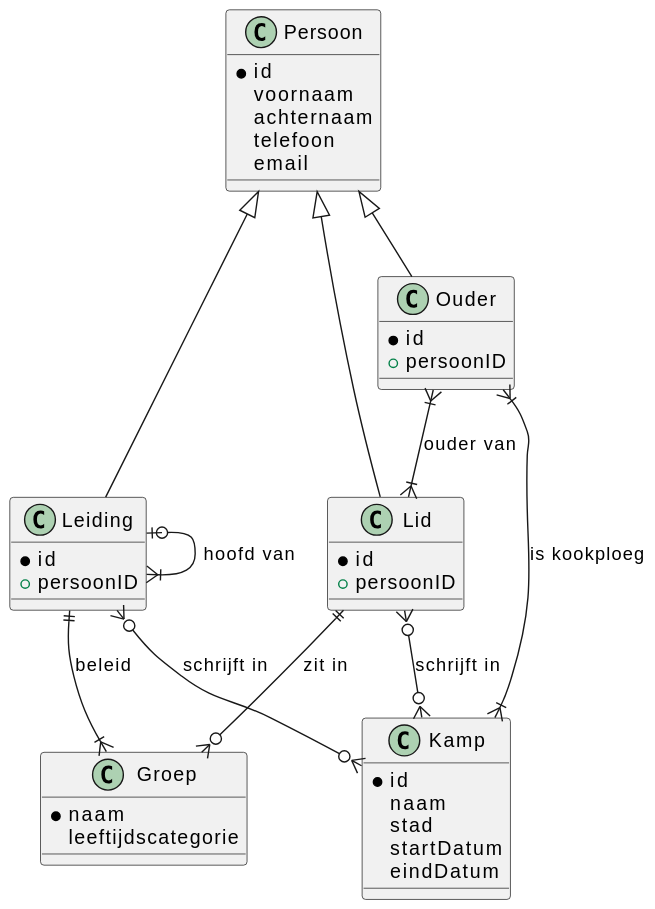
Before: images/response.svg, a diagram exported from PlantUML (matteovdr/frontendweb-2526-mateo-kobe).
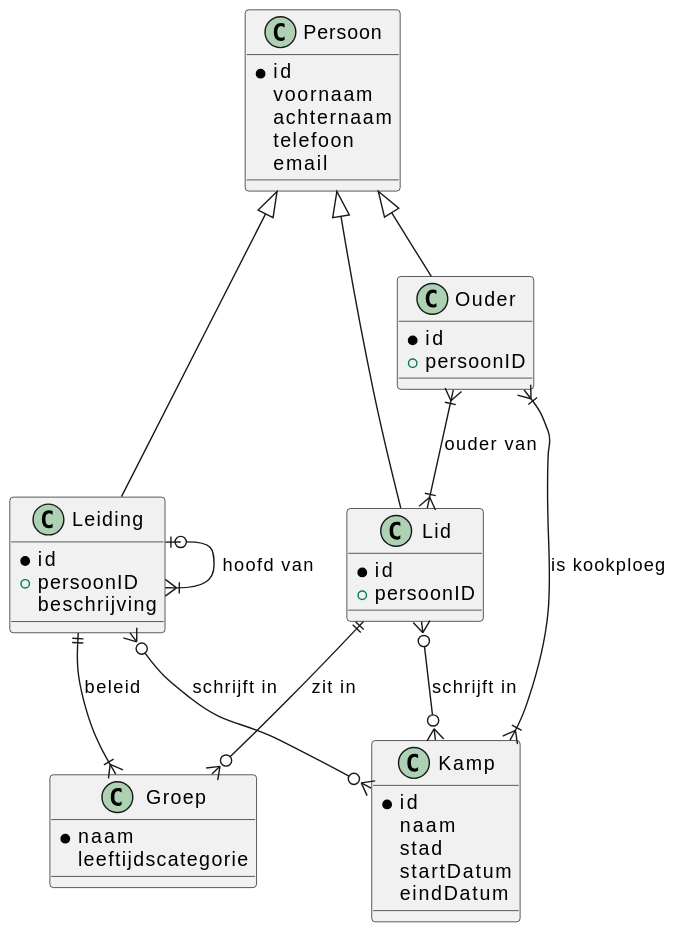
Later version of the same file.

Diff of the diagram source:
```diff
@@ -19,6 +19,7 @@
 class Leiding {
     *id
     +persoonID
+    beschrijving
 }
 
 class Groep {
```
